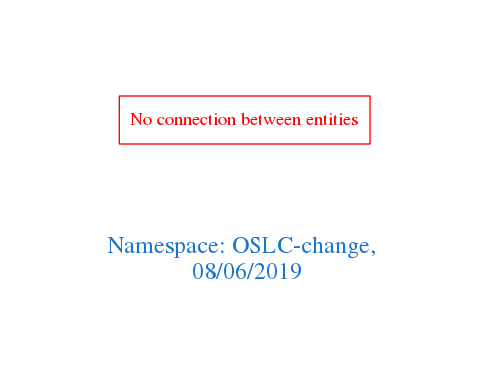
Above: downloads/OSLC-change.png in arago/OGIT (Graphviz), before the change. Its source is kept beside it as downloads/OSLC-change.dot.
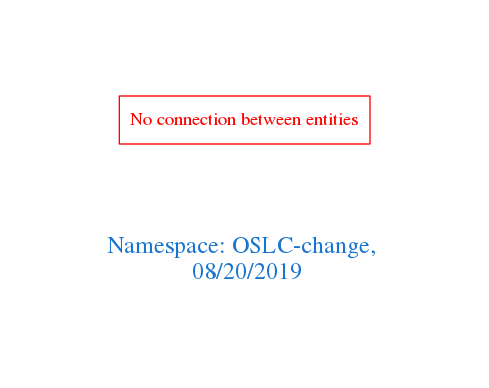
After the commit.

What changed in the source:
```diff
@@ -1,7 +1,7 @@
 digraph OGIT_ontology {
  graph [ rankdir= LR,pad=1
 fontsize = 18,
-fontcolor= dodgerblue3,label = "\n\n\nNamespace: OSLC-change, \n 08/06/2019"];
+fontcolor= dodgerblue3,label = "\n\n\nNamespace: OSLC-change, \n 08/20/2019"];
 node[shape=polygon];
 edge [  color="gray81"];
 
```
